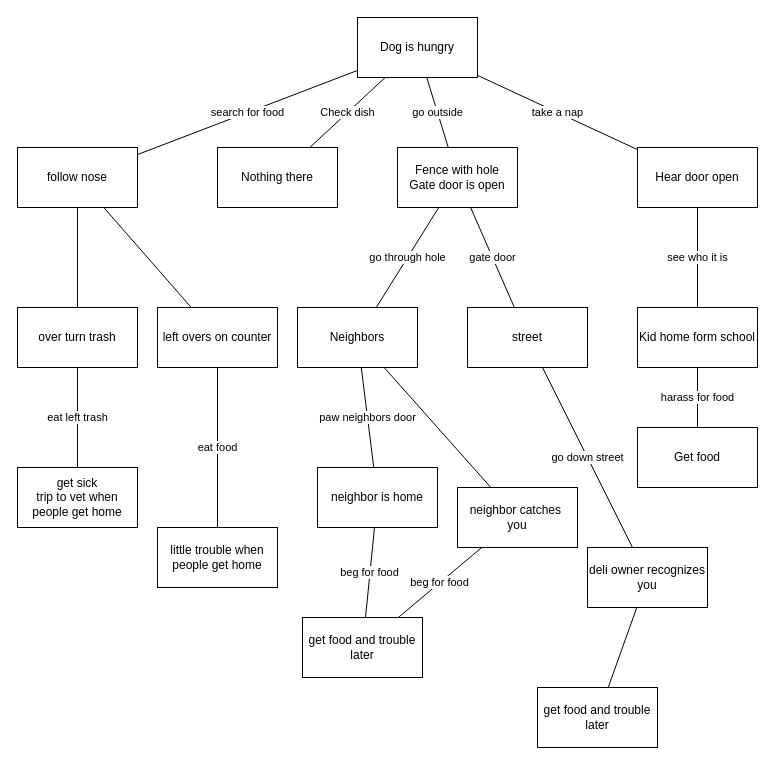
txjohnson/hungrydog keeps this draw.io diagram as Hungry Dog.drawio. Above is the earlier version. Source tidied: cells renumbered, new cells numbered last; positions are measured from the earlier drawing's top-left corner, leaving out a move shared by most shapes. Both pictures are drawn from the tidied source at 100%, with x=0, y=0 at pixel (17, 17).
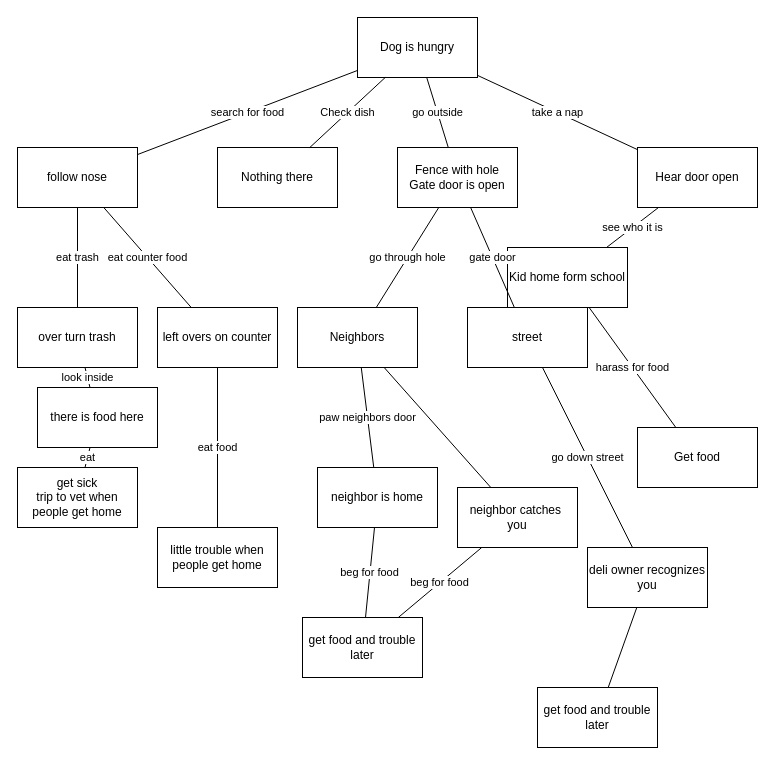
Above is the later version.

The change refers to these unchanged cells:
```xml
<mxCell id="13" value="follow nose" style="rounded=0;whiteSpace=wrap;html=1;" parent="1" vertex="1">
  <mxGeometry y="130" width="120" height="60" as="geometry" />
</mxCell>
<mxCell id="19" value="over turn trash" style="rounded=0;whiteSpace=wrap;html=1;" parent="1" vertex="1">
  <mxGeometry y="290" width="120" height="60" as="geometry" />
</mxCell>
<mxCell id="20" value="left overs on counter" style="rounded=0;whiteSpace=wrap;html=1;" parent="1" vertex="1">
  <mxGeometry x="140" y="290" width="120" height="60" as="geometry" />
</mxCell>
<mxCell id="23" value="get sick&lt;br&gt;trip to vet when people get home" style="rounded=0;whiteSpace=wrap;html=1;" parent="1" vertex="1">
  <mxGeometry y="450" width="120" height="60" as="geometry" />
</mxCell>
```

The edit, as a diff of the source:
```diff
@@
     <mxCell id="9" value="Kid home form school" style="rounded=0;whiteSpace=wrap;html=1;" parent="1" vertex="1">
-      <mxGeometry x="620" y="290" width="120" height="60" as="geometry" />
+      <mxGeometry x="490" y="230" width="120" height="60" as="geometry" />
     </mxCell>
@@
-    <mxCell id="21" style="endArrow=none;html=1;rounded=0;" parent="1" edge="1" source="19" target="13">
+    <mxCell id="21" value="eat trash" style="endArrow=none;html=1;rounded=0;" parent="1" edge="1" source="19" target="13">
       <mxGeometry relative="1" as="geometry" />
     </mxCell>
-    <mxCell id="22" style="endArrow=none;html=1;rounded=0;" parent="1" edge="1" source="20" target="13">
+    <mxCell id="22" value="eat counter food" style="endArrow=none;html=1;rounded=0;" parent="1" edge="1" source="20" target="13">
       <mxGeometry relative="1" as="geometry" />
     </mxCell>
@@
-    <mxCell id="24" value="eat left trash" style="endArrow=none;html=1;rounded=0;" parent="1" edge="1" source="23" target="19">
+    <mxCell id="24" value="look inside" style="endArrow=none;html=1;rounded=0;startArrow=none;" parent="1" edge="1" source="38" target="19">
       <mxGeometry relative="1" as="geometry" />
     </mxCell>
@@
+    <mxCell id="38" value="there is food here" style="rounded=0;whiteSpace=wrap;html=1;" parent="1" vertex="1">
+      <mxGeometry x="20" y="370" width="120" height="60" as="geometry" />
+    </mxCell>
+    <mxCell id="39" value="eat" style="endArrow=none;html=1;rounded=0;" parent="1" edge="1" source="23" target="38">
+      <mxGeometry relative="1" as="geometry" />
+    </mxCell>
```
